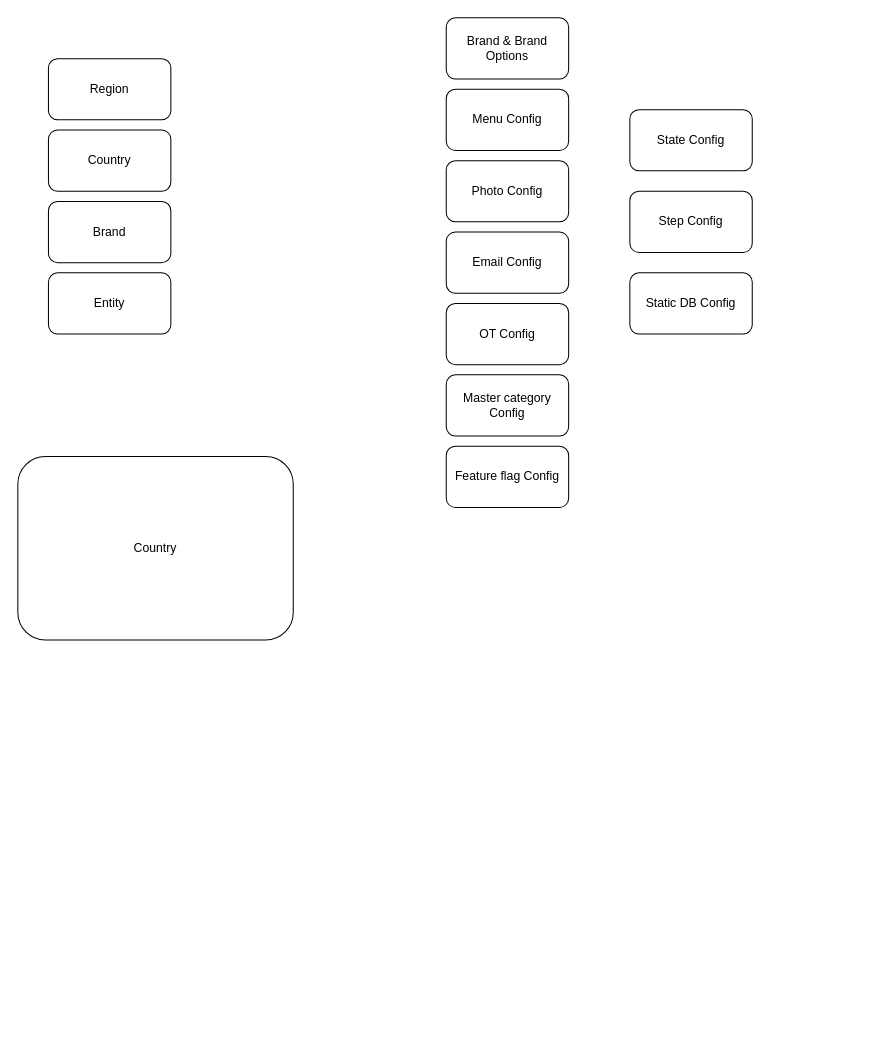
Above: config-portal.drawio in kurtesy/config-portal (draw.io), before the change. Source tidied: cells renumbered, new cells numbered last; positions are measured from the earlier drawing's top-left corner, leaving out a move shared by most shapes. Both pictures are drawn from the tidied source at 102%, with x=0, y=0 at pixel (17, 17).
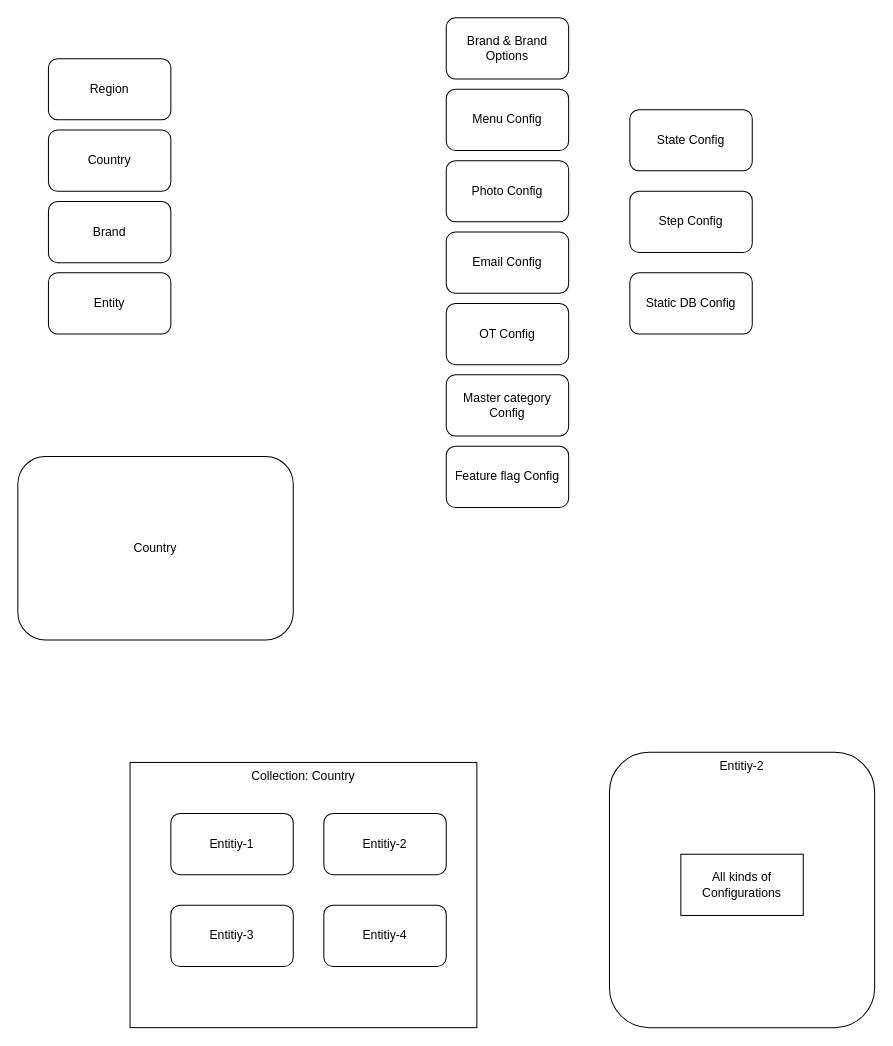
The same diagram, later.

Diff of the diagram source:
```diff
@@
+    <mxCell id="17" value="Collection: Country" style="rounded=0;whiteSpace=wrap;html=1;verticalAlign=top;" parent="1" vertex="1">
+      <mxGeometry x="110" y="730" width="340" height="260" as="geometry" />
+    </mxCell>
+    <mxCell id="18" value="Entitiy-1" style="rounded=1;whiteSpace=wrap;html=1;" parent="1" vertex="1">
+      <mxGeometry x="150" y="780" width="120" height="60" as="geometry" />
+    </mxCell>
+    <mxCell id="19" value="Entitiy-2" style="rounded=1;whiteSpace=wrap;html=1;" parent="1" vertex="1">
+      <mxGeometry x="300" y="780" width="120" height="60" as="geometry" />
+    </mxCell>
+    <mxCell id="20" value="Entitiy-3" style="rounded=1;whiteSpace=wrap;html=1;" parent="1" vertex="1">
+      <mxGeometry x="150" y="870" width="120" height="60" as="geometry" />
+    </mxCell>
+    <mxCell id="21" value="Entitiy-4" style="rounded=1;whiteSpace=wrap;html=1;" parent="1" vertex="1">
+      <mxGeometry x="300" y="870" width="120" height="60" as="geometry" />
+    </mxCell>
+    <mxCell id="22" value="Entitiy-2" style="rounded=1;whiteSpace=wrap;html=1;verticalAlign=top;" parent="1" vertex="1">
+      <mxGeometry x="580" y="720" width="260" height="270" as="geometry" />
+    </mxCell>
+    <mxCell id="23" value="All kinds of Configurations" style="rounded=0;whiteSpace=wrap;html=1;" parent="1" vertex="1">
+      <mxGeometry x="650" y="820" width="120" height="60" as="geometry" />
+    </mxCell>
```
